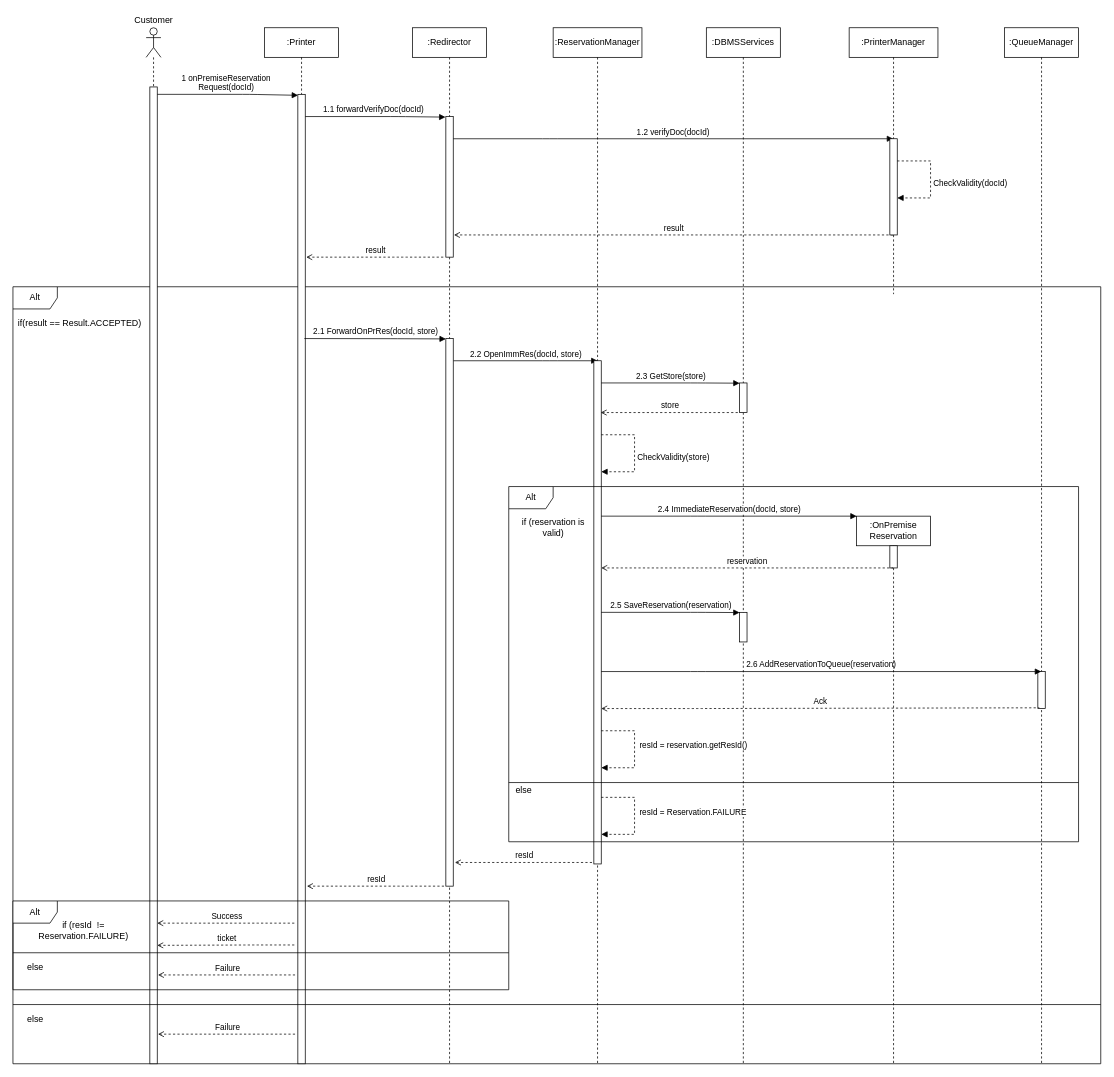
This is DD/Images/RuntimeViewPreRes.drawio from StefanoAzzone/AbelliAzzone, a draw.io file, before an edit. Source tidied: cells renumbered, new cells numbered last; positions are measured from the earlier drawing's top-left corner, leaving out a move shared by most shapes. Both pictures are drawn from the tidied source at 74%, with x=0, y=0 at pixel (13, 13).
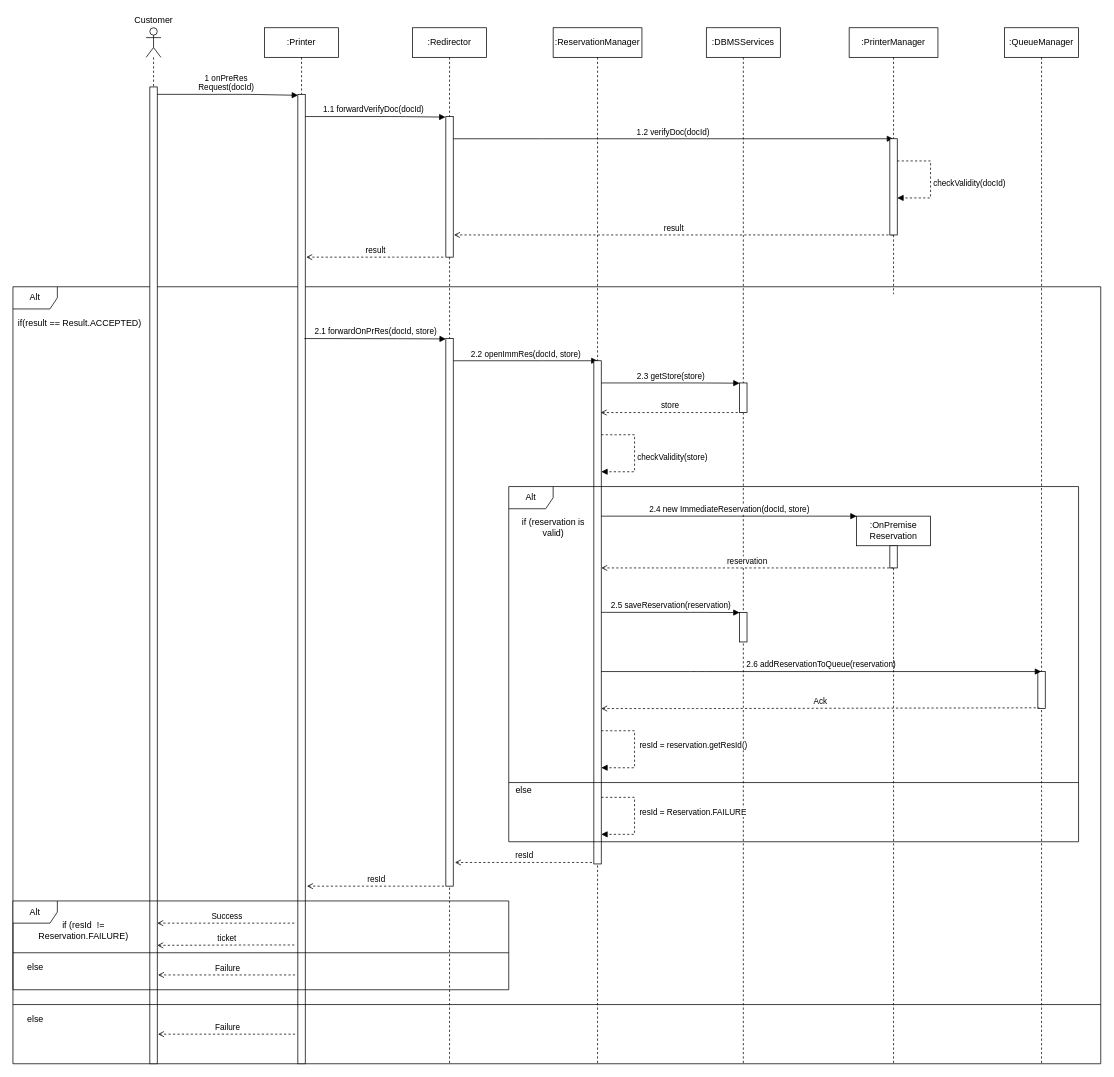
The same diagram, later.

The change refers to these unchanged cells:
```xml
<mxCell id="8" style="html=1;points=[];perimeter=orthogonalPerimeter;" parent="7" vertex="1">
  <mxGeometry x="45" y="90" width="10" height="1310" as="geometry" />
</mxCell>
<mxCell id="22" style="html=1;points=[];perimeter=orthogonalPerimeter;" parent="1" vertex="1">
  <mxGeometry x="982" y="500" width="10" height="40" as="geometry" />
</mxCell>
<mxCell id="30" value=":QueueManager" style="shape=umlLifeline;perimeter=lifelinePerimeter;whiteSpace=wrap;html=1;outlineConnect=0;" parent="1" vertex="1">
  <mxGeometry x="1340" y="20" width="100" height="1400" as="geometry" />
</mxCell>
<mxCell id="33" value="&lt;div&gt;:OnPremise&lt;/div&gt;&lt;div&gt;Reservation&lt;/div&gt;" style="shape=umlLifeline;perimeter=lifelinePerimeter;whiteSpace=wrap;html=1;outlineConnect=0;" parent="1" vertex="1">
  <mxGeometry x="1140" y="680" width="100" height="740" as="geometry" />
</mxCell>
```

Diff of the diagram source:
```diff
@@
-    <mxCell id="4" value="&lt;div&gt;1 onPremiseReservation&lt;/div&gt;&lt;div&gt;Request(docId)&lt;/div&gt;" style="html=1;verticalAlign=bottom;endArrow=block;entryX=0.033;entryY=0.001;entryDx=0;entryDy=0;entryPerimeter=0;" parent="1" edge="1" target="8">
+    <mxCell id="4" value="&lt;div&gt;1 onPreRes&lt;/div&gt;&lt;div&gt;Request(docId)&lt;/div&gt;" style="html=1;verticalAlign=bottom;endArrow=block;entryX=0.033;entryY=0.001;entryDx=0;entryDy=0;entryPerimeter=0;" parent="1" edge="1" target="8">
       <mxGeometry relative="1" as="geometry">
         <mxPoint x="189.5" y="110" as="sourcePoint" />
         <Array as="points">
           <mxPoint x="320" y="110" />
         </Array>
       </mxGeometry>
     </mxCell>
@@
-    <mxCell id="17" value="&lt;div&gt;2.1 ForwardOnPrRes(docId, store)&lt;/div&gt;" style="html=1;verticalAlign=bottom;endArrow=block;entryX=0.033;entryY=0.001;entryDx=0;entryDy=0;entryPerimeter=0;exitX=0.913;exitY=0.937;exitDx=0;exitDy=0;exitPerimeter=0;" parent="1" edge="1">
+    <mxCell id="17" value="&lt;div&gt;2.1 forwardOnPrRes(docId, store)&lt;/div&gt;" style="html=1;verticalAlign=bottom;endArrow=block;entryX=0.033;entryY=0.001;entryDx=0;entryDy=0;entryPerimeter=0;exitX=0.913;exitY=0.937;exitDx=0;exitDy=0;exitPerimeter=0;" parent="1" edge="1">
       <mxGeometry relative="1" as="geometry">
         <mxPoint x="393.8" y="440" as="sourcePoint" />
         <mxPoint x="585" y="440.5" as="targetPoint" />
         <Array as="points">
           <mxPoint x="519.7" y="440.2" />
         </Array>
       </mxGeometry>
     </mxCell>
-    <mxCell id="18" value="&lt;div&gt;2.2 OpenImmRes(docId, store)&lt;/div&gt;" style="html=1;verticalAlign=bottom;endArrow=block;" parent="1" edge="1">
+    <mxCell id="18" value="&lt;div&gt;2.2 openImmRes(docId, store)&lt;/div&gt;" style="html=1;verticalAlign=bottom;endArrow=block;" parent="1" edge="1">
       <mxGeometry relative="1" as="geometry">
         <mxPoint x="595" y="470" as="sourcePoint" />
         <mxPoint x="790" y="470" as="targetPoint" />
         <Array as="points">
           <mxPoint x="725.5" y="470" />
         </Array>
       </mxGeometry>
     </mxCell>
@@
-    <mxCell id="21" value="2.3 GetStore(store)" style="html=1;verticalAlign=bottom;endArrow=block;entryX=0.001;entryY=0.008;entryDx=0;entryDy=0;entryPerimeter=0;" parent="1" edge="1" target="22">
+    <mxCell id="21" value="2.3 getStore(store)" style="html=1;verticalAlign=bottom;endArrow=block;entryX=0.001;entryY=0.008;entryDx=0;entryDy=0;entryPerimeter=0;" parent="1" edge="1" target="22">
       <mxGeometry relative="1" as="geometry">
         <mxPoint x="795" y="500" as="sourcePoint" />
         <Array as="points">
           <mxPoint x="925.5" y="500" />
         </Array>
       </mxGeometry>
     </mxCell>
@@
-    <mxCell id="24" value="CheckValidity(store)" style="edgeStyle=orthogonalEdgeStyle;html=1;align=left;spacingLeft=2;endArrow=block;rounded=0;dashed=1;" parent="1" edge="1">
+    <mxCell id="24" value="checkValidity(store)" style="edgeStyle=orthogonalEdgeStyle;html=1;align=left;spacingLeft=2;endArrow=block;rounded=0;dashed=1;" parent="1" edge="1">
       <mxGeometry x="0.07" relative="1" as="geometry">
         <mxPoint x="795" y="570" as="sourcePoint" />
         <mxPoint x="795" y="620" as="targetPoint" />
         <Array as="points">
           <mxPoint x="840" y="570" />
           <mxPoint x="840" y="620" />
         </Array>
       </mxGeometry>
     </mxCell>
@@
-    <mxCell id="28" value="2.5 SaveReservation(reservation)" style="html=1;verticalAlign=bottom;endArrow=block;entryX=0.001;entryY=0.008;entryDx=0;entryDy=0;entryPerimeter=0;" parent="1" edge="1">
+    <mxCell id="28" value="2.5 saveReservation(reservation)" style="html=1;verticalAlign=bottom;endArrow=block;entryX=0.001;entryY=0.008;entryDx=0;entryDy=0;entryPerimeter=0;" parent="1" edge="1">
       <mxGeometry relative="1" as="geometry">
         <mxPoint x="795" y="810" as="sourcePoint" />
         <mxPoint x="982" y="810.3" as="targetPoint" />
         <Array as="points">
           <mxPoint x="925.5" y="810" />
         </Array>
       </mxGeometry>
     </mxCell>
@@
-    <mxCell id="32" value="2.6 AddReservationToQueue(reservation)" style="html=1;verticalAlign=bottom;endArrow=block;" parent="1" edge="1" target="30">
+    <mxCell id="32" value="2.6 addReservationToQueue(reservation)" style="html=1;verticalAlign=bottom;endArrow=block;" parent="1" edge="1" target="30">
       <mxGeometry relative="1" as="geometry">
         <mxPoint x="795" y="890" as="sourcePoint" />
         <Array as="points">
           <mxPoint x="925.5" y="890" />
         </Array>
       </mxGeometry>
     </mxCell>
@@
-    <mxCell id="35" value="2.4 ImmediateReservation(docId, store)" style="html=1;verticalAlign=bottom;endArrow=block;entryX=0.002;entryY=0;entryDx=0;entryDy=0;entryPerimeter=0;" parent="1" edge="1" target="33">
+    <mxCell id="35" value="2.4 new ImmediateReservation(docId, store)" style="html=1;verticalAlign=bottom;endArrow=block;entryX=0.002;entryY=0;entryDx=0;entryDy=0;entryPerimeter=0;" parent="1" edge="1" target="33">
       <mxGeometry relative="1" as="geometry">
         <mxPoint x="795" y="680" as="sourcePoint" />
         <Array as="points">
           <mxPoint x="925.5" y="680" />
         </Array>
       </mxGeometry>
     </mxCell>
@@
-    <mxCell id="56" value="CheckValidity(docId)" style="edgeStyle=orthogonalEdgeStyle;html=1;align=left;spacingLeft=2;endArrow=block;rounded=0;dashed=1;" parent="1" edge="1">
+    <mxCell id="56" value="checkValidity(docId)" style="edgeStyle=orthogonalEdgeStyle;html=1;align=left;spacingLeft=2;endArrow=block;rounded=0;dashed=1;" parent="1" edge="1">
       <mxGeometry x="0.07" relative="1" as="geometry">
         <mxPoint x="1195" y="200" as="sourcePoint" />
         <mxPoint x="1195" y="250" as="targetPoint" />
         <Array as="points">
           <mxPoint x="1240" y="200" />
           <mxPoint x="1240" y="250" />
         </Array>
       </mxGeometry>
     </mxCell>
```
